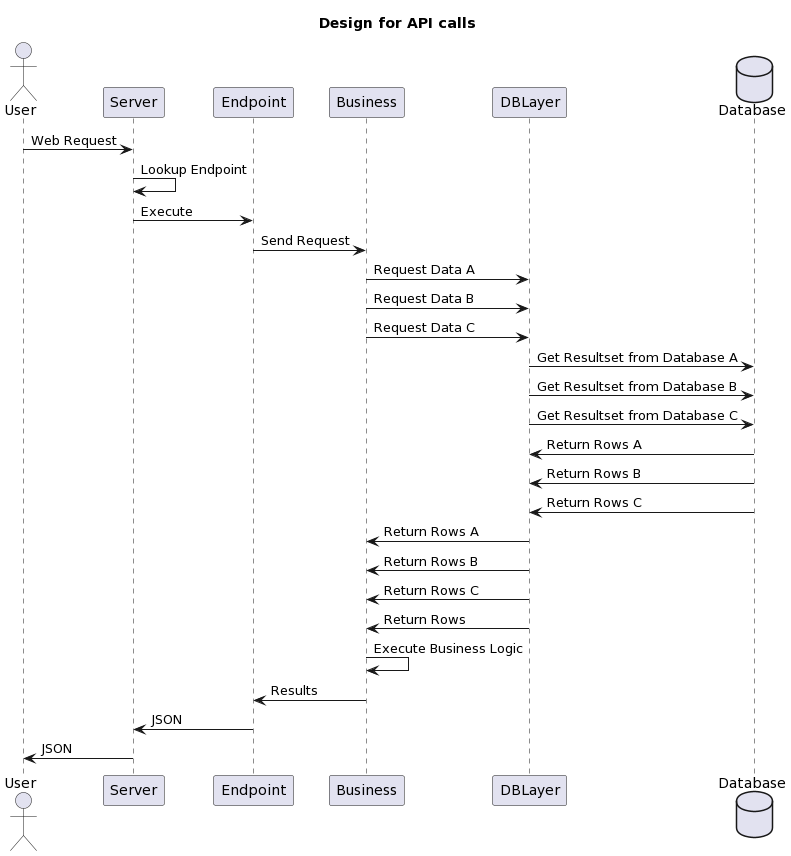
Earlier version of the PlantUML export docs/api_seq.png (fstarsinic/node1). The source it was exported from:
```plantuml
@startuml
title Design for API calls
actor       User       as User
participant Server as Webserver
participant Endpoint as Endpoint
participant Business as Bus
participant DBLayer as Model
database    Database    as DB

User -> Webserver : Web Request
Webserver -> Webserver: Lookup Endpoint
Webserver -> Endpoint: Execute
Endpoint -> Bus: Send Request
Bus -> Model: Request Data A
Bus -> Model: Request Data B
Bus -> Model: Request Data C

Model -> DB: Get Resultset from Database A
Model -> DB: Get Resultset from Database B
Model -> DB: Get Resultset from Database C

DB -> Model: Return Rows A
DB -> Model: Return Rows B
DB -> Model: Return Rows C

Model -> Bus: Return Rows A
Model -> Bus: Return Rows B
Model -> Bus: Return Rows C


Model -> Bus: Return Rows
Bus -> Bus: Execute Business Logic
Bus -> Endpoint: Results
Endpoint -> Webserver: JSON
Webserver -> User: JSON
@enduml
```
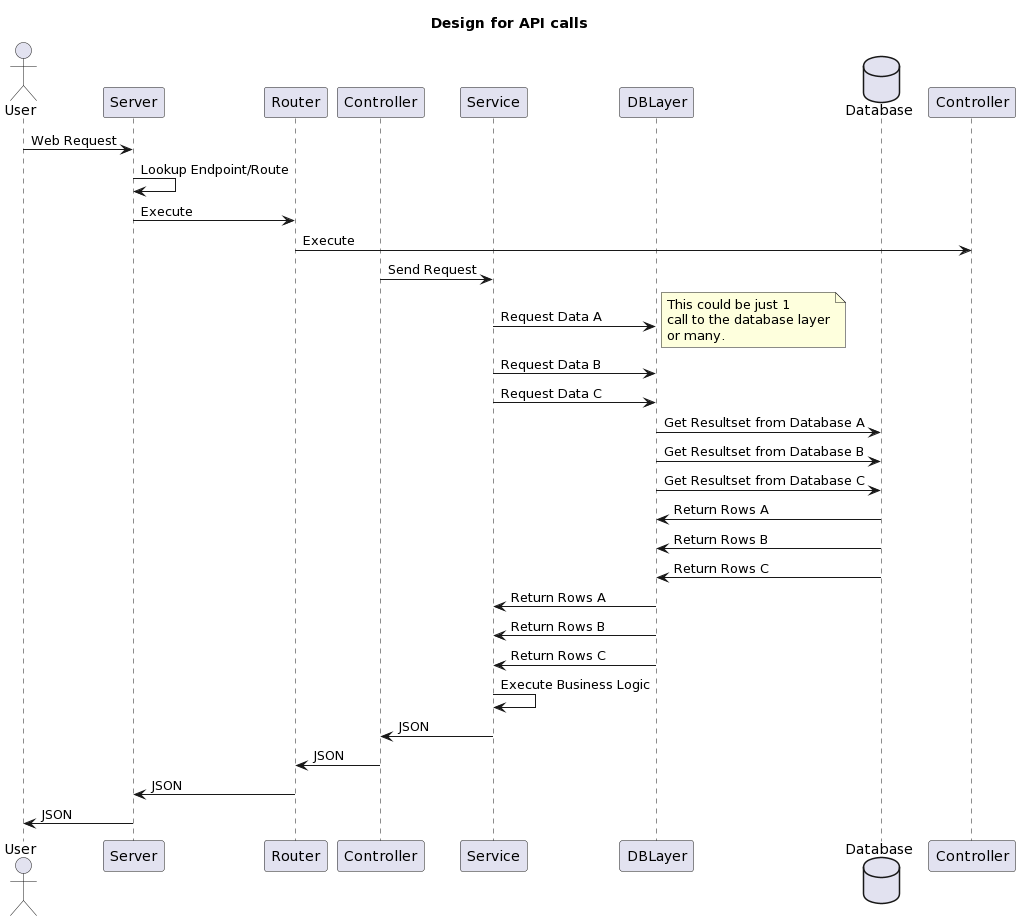
Above is the later version.

Diff of the diagram source:
```diff
@@ -2,18 +2,26 @@
 title Design for API calls
 actor       User       as User
 participant Server as Webserver
-participant Endpoint as Endpoint
-participant Business as Bus
+participant Router as Router
+participant Controller as Cnt
+participant Service as Svc
 participant DBLayer as Model
 database    Database    as DB
 
 User -> Webserver : Web Request
-Webserver -> Webserver: Lookup Endpoint
-Webserver -> Endpoint: Execute
-Endpoint -> Bus: Send Request
-Bus -> Model: Request Data A
-Bus -> Model: Request Data B
-Bus -> Model: Request Data C
+Webserver -> Webserver: Lookup Endpoint/Route
+Webserver -> Router: Execute
+Router -> Controller: Execute
+Cnt -> Svc: Send Request
+
+Svc -> Model: Request Data A
+note right
+This could be just 1
+call to the database layer
+or many.
+end note
+Svc -> Model: Request Data B
+Svc -> Model: Request Data C
 
 Model -> DB: Get Resultset from Database A
 Model -> DB: Get Resultset from Database B
@@ -23,14 +31,13 @@
 DB -> Model: Return Rows B
 DB -> Model: Return Rows C
 
-Model -> Bus: Return Rows A
-Model -> Bus: Return Rows B
-Model -> Bus: Return Rows C
+Model -> Svc: Return Rows A
+Model -> Svc: Return Rows B
+Model -> Svc: Return Rows C
 
-
-Model -> Bus: Return Rows
-Bus -> Bus: Execute Business Logic
-Bus -> Endpoint: Results
-Endpoint -> Webserver: JSON
+Svc -> Svc: Execute Business Logic
+Svc -> Cnt: JSON
+Cnt -> Router: JSON
+Router -> Webserver: JSON
 Webserver -> User: JSON
 @enduml
```
